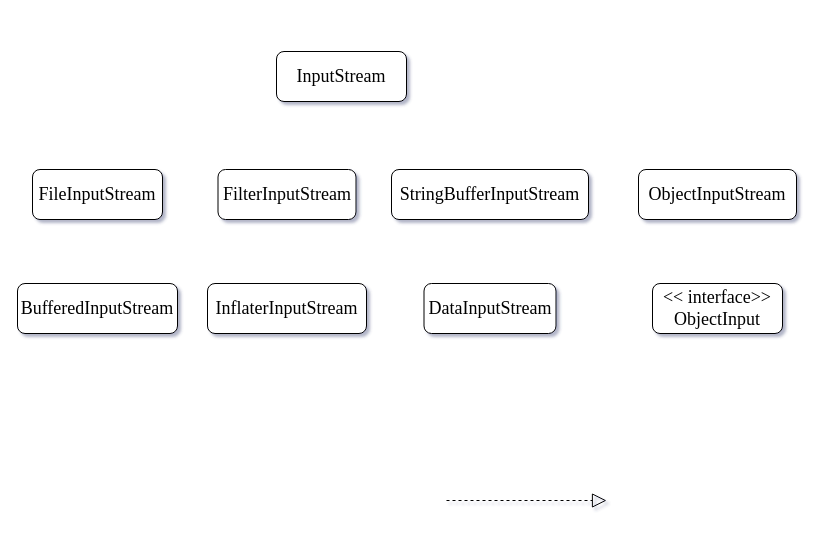
AruNi-01/draw.io-repo keeps this draw.io diagram as 未命名绘图.drawio. Above is the earlier version. Source tidied: cells renumbered, new cells numbered last; positions are measured from the earlier drawing's top-left corner, leaving out a move shared by most shapes. Both pictures are drawn from the tidied source at 100%, with x=0, y=0 at pixel (17, 51).
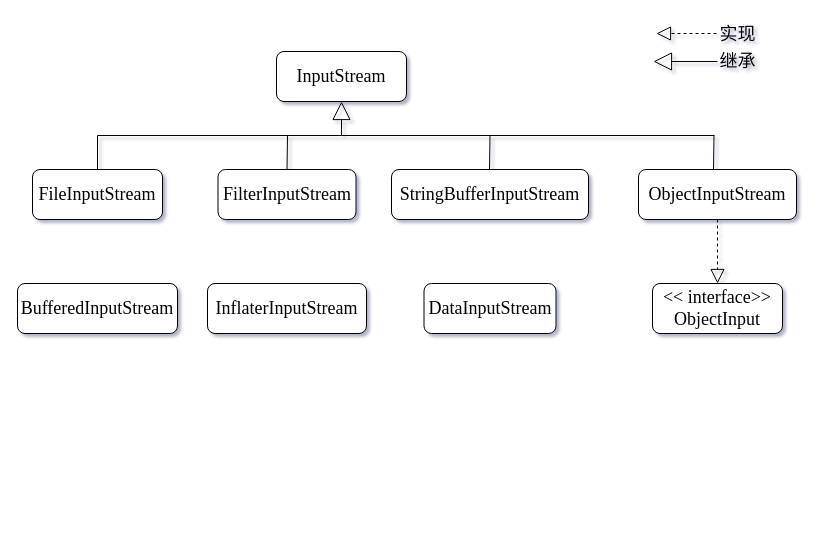
The same page after the edit.

Commit message (it also covers changes not shown here):
更新未命名绘图.drawio

The change refers to these unchanged cells:
```xml
<mxCell id="2" value="&lt;font face=&quot;Times New Roman&quot; style=&quot;font-size: 18px;&quot;&gt;InputStream&lt;/font&gt;" style="rounded=1;whiteSpace=wrap;html=1;" parent="1" vertex="1">
  <mxGeometry x="259" width="130" height="50" as="geometry" />
</mxCell>
<mxCell id="3" value="&lt;font face=&quot;Times New Roman&quot; style=&quot;font-size: 18px;&quot;&gt;&amp;lt;&amp;lt; interface&amp;gt;&amp;gt;&lt;br&gt;ObjectInput&lt;/font&gt;" style="rounded=1;whiteSpace=wrap;html=1;" parent="1" vertex="1">
  <mxGeometry x="635" y="232" width="130" height="50" as="geometry" />
</mxCell>
<mxCell id="7" value="&lt;font face=&quot;Times New Roman&quot; style=&quot;font-size: 18px;&quot;&gt;ObjectInputStream&lt;/font&gt;" style="rounded=1;whiteSpace=wrap;html=1;" parent="1" vertex="1">
  <mxGeometry x="621" y="118" width="158" height="50" as="geometry" />
</mxCell>
<mxCell id="9" value="&lt;font face=&quot;Times New Roman&quot; style=&quot;font-size: 18px;&quot;&gt;FilterInputStream&lt;/font&gt;" style="rounded=1;whiteSpace=wrap;html=1;" parent="1" vertex="1">
  <mxGeometry x="200.5" y="118" width="138" height="50" as="geometry" />
</mxCell>
<mxCell id="10" value="&lt;font face=&quot;Times New Roman&quot; style=&quot;font-size: 18px;&quot;&gt;FileInputStream&lt;/font&gt;" style="rounded=1;whiteSpace=wrap;html=1;" parent="1" vertex="1">
  <mxGeometry x="15" y="118" width="130" height="50" as="geometry" />
</mxCell>
```

What changed in the source:
```diff
@@
-    <mxCell id="11" style="endArrow=block;dashed=1;endFill=0;endSize=12;html=1;rounded=0;fontFamily=Times New Roman;fontSize=18;" parent="1" edge="1">
-      <mxGeometry relative="1" as="geometry">
-        <mxPoint x="429" y="449" as="sourcePoint" />
-        <mxPoint x="589" y="449" as="targetPoint" />
-      </mxGeometry>
+    <mxCell id="11" style="endArrow=block;dashed=1;endFill=0;endSize=12;html=1;rounded=0;fontFamily=Times New Roman;fontSize=18;exitX=0.5;exitY=1;exitDx=0;exitDy=0;entryX=0.5;entryY=0;entryDx=0;entryDy=0;" parent="1" edge="1" source="7" target="3">
+      <mxGeometry relative="1" as="geometry" />
     </mxCell>
+    <mxCell id="12" style="endArrow=block;dashed=1;endFill=0;endSize=12;html=1;rounded=0;fontFamily=Times New Roman;fontSize=18;" parent="1" edge="1">
+      <mxGeometry relative="1" as="geometry">
+        <mxPoint x="699" y="-18" as="sourcePoint" />
+        <mxPoint x="639" y="-18" as="targetPoint" />
+      </mxGeometry>
+    </mxCell>
+    <mxCell id="13" value="实现" style="text;html=1;align=center;verticalAlign=middle;strokeColor=none;fillColor=none;fontSize=18;fontFamily=Times New Roman;" parent="1" vertex="1">
+      <mxGeometry x="693" y="-34" width="54" height="34" as="geometry" />
+    </mxCell>
+    <mxCell id="14" style="endArrow=block;endSize=16;endFill=0;html=1;rounded=0;fontFamily=Times New Roman;fontSize=18;exitX=0.5;exitY=0;exitDx=0;exitDy=0;edgeStyle=orthogonalEdgeStyle;" parent="1" edge="1" source="10" target="2">
+      <mxGeometry relative="1" as="geometry" />
+    </mxCell>
+    <mxCell id="15" style="endArrow=none;html=1;rounded=0;fontFamily=Times New Roman;fontSize=18;exitX=0.5;exitY=0;exitDx=0;exitDy=0;" parent="1" edge="1" source="9">
+      <mxGeometry relative="1" as="geometry">
+        <mxPoint x="270" y="84" as="targetPoint" />
+      </mxGeometry>
+    </mxCell>
+    <mxCell id="16" style="endArrow=none;html=1;rounded=0;fontFamily=Times New Roman;fontSize=18;" parent="1" edge="1">
+      <mxGeometry relative="1" as="geometry">
+        <mxPoint x="324" y="84" as="sourcePoint" />
+        <mxPoint x="697" y="84" as="targetPoint" />
+      </mxGeometry>
+    </mxCell>
+    <mxCell id="17" style="endArrow=none;html=1;rounded=0;fontFamily=Times New Roman;fontSize=18;exitX=0.5;exitY=0;exitDx=0;exitDy=0;" parent="1" edge="1">
+      <mxGeometry relative="1" as="geometry">
+        <mxPoint x="472" y="118" as="sourcePoint" />
+        <mxPoint x="472.5" y="84" as="targetPoint" />
+      </mxGeometry>
+    </mxCell>
+    <mxCell id="18" style="endArrow=none;html=1;rounded=0;fontFamily=Times New Roman;fontSize=18;exitX=0.5;exitY=0;exitDx=0;exitDy=0;" parent="1" edge="1">
+      <mxGeometry relative="1" as="geometry">
+        <mxPoint x="696" y="118" as="sourcePoint" />
+        <mxPoint x="696.5" y="84" as="targetPoint" />
+      </mxGeometry>
+    </mxCell>
+    <mxCell id="19" style="endArrow=block;endSize=16;endFill=0;html=1;rounded=0;fontFamily=Times New Roman;fontSize=18;" parent="1" edge="1">
+      <mxGeometry relative="1" as="geometry">
+        <mxPoint x="700" y="10" as="sourcePoint" />
+        <mxPoint x="636" y="10" as="targetPoint" />
+      </mxGeometry>
+    </mxCell>
+    <mxCell id="20" value="继承" style="text;html=1;align=center;verticalAlign=middle;strokeColor=none;fillColor=none;fontSize=18;fontFamily=Times New Roman;" parent="1" vertex="1">
+      <mxGeometry x="693" y="-7" width="54" height="34" as="geometry" />
+    </mxCell>
```
